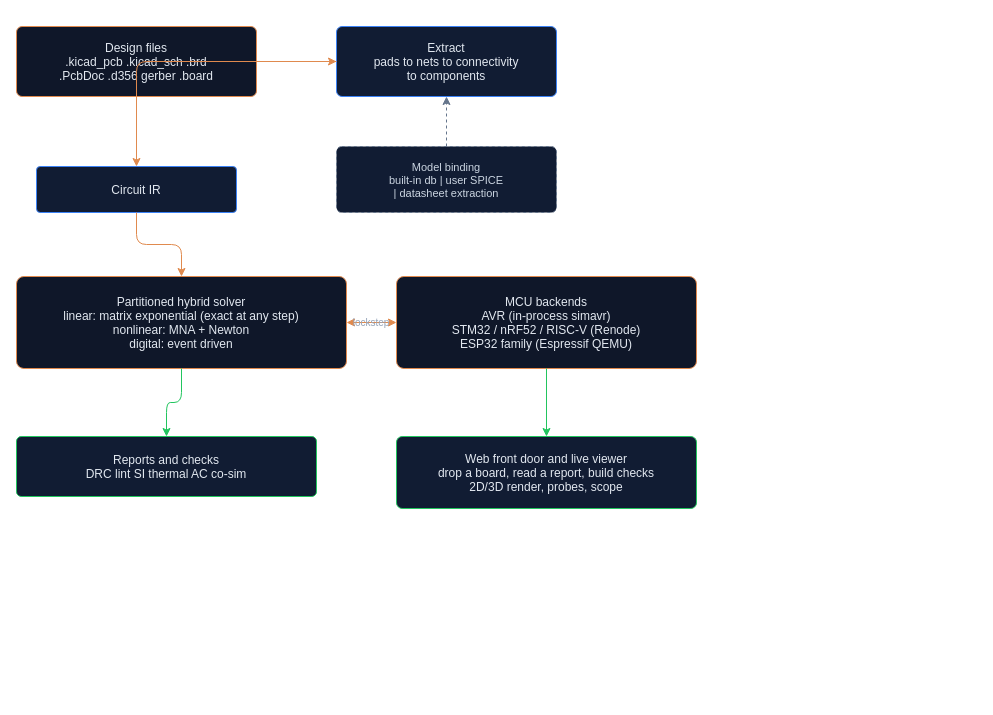
hauksbee-dev/hauksbee keeps this draw.io diagram as docs/assets/diagrams/architecture.drawio. Above is the earlier version. Source tidied: cells renumbered, new cells numbered last; positions are measured from the earlier drawing's top-left corner, leaving out a move shared by most shapes. Both pictures are drawn from the tidied source at 100%, with x=0, y=0 at pixel (16, 26).
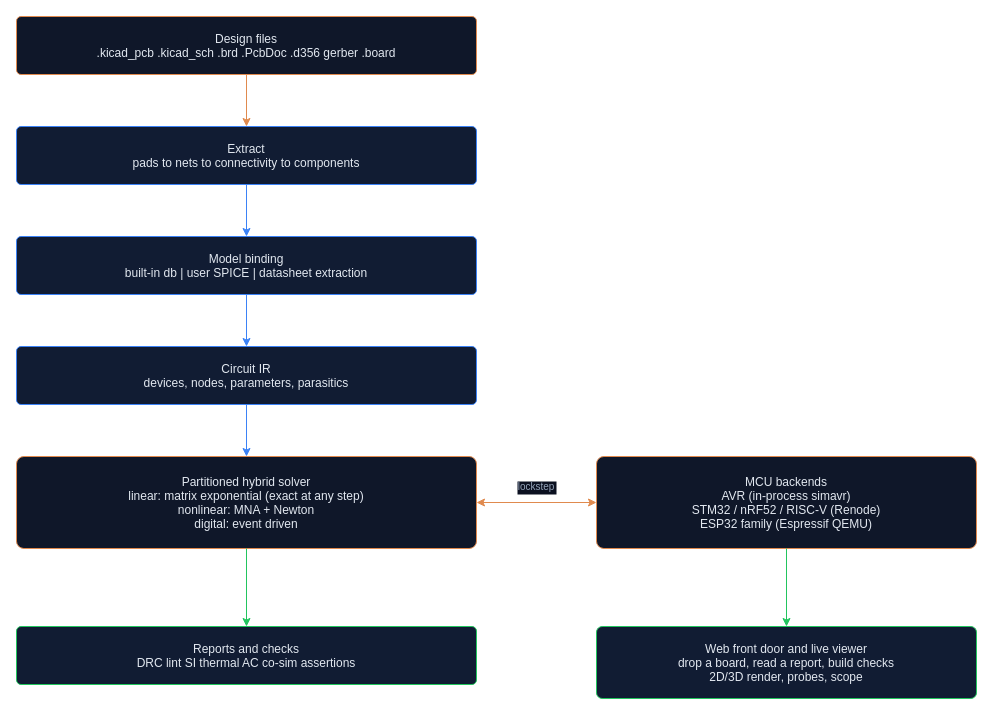
The same page after the edit.

Commit message (it also covers changes not shown here):
diagrams: rebuild the README architecture diagram

What changed in the source:
```diff
@@
 <mxGraphModel>
   <root>
     <mxCell id="0" />
     <mxCell id="1" parent="0" />
-    <mxCell id="2" value="Design files&#10;.kicad_pcb  .kicad_sch  .brd&#10;.PcbDoc  .d356  gerber  .board" style="rounded=1;arcSize=8;fillColor=#0f1729;strokeColor=#e08a4e;fontColor=#e2e8f0;fontSize=12;align=center;verticalAlign=middle;" parent="1" vertex="1">
-      <mxGeometry width="240" height="70" as="geometry" />
+    <mxCell id="2" value="Design files&#10;.kicad_pcb  .kicad_sch  .brd  .PcbDoc  .d356  gerber  .board" style="rounded=1;arcSize=8;fillColor=#0f1729;strokeColor=#e08a4e;fontColor=#e2e8f0;fontSize=12;" parent="1" vertex="1">
+      <mxGeometry y="-10" width="460" height="58" as="geometry" />
     </mxCell>
-    <mxCell id="3" value="Extract&#10;pads to nets to connectivity&#10;to components" style="rounded=1;arcSize=8;fillColor=#111c33;strokeColor=#3b82f6;fontColor=#e2e8f0;fontSize=12;" parent="1" vertex="1">
-      <mxGeometry x="320" width="220" height="70" as="geometry" />
+    <mxCell id="3" value="Extract&#10;pads to nets to connectivity to components" style="rounded=1;arcSize=8;fillColor=#111c33;strokeColor=#3b82f6;fontColor=#e2e8f0;fontSize=12;" parent="1" vertex="1">
+      <mxGeometry y="100" width="460" height="58" as="geometry" />
     </mxCell>
-    <mxCell id="4" value="Model binding&#10;built-in db  |  user SPICE&#10;|  datasheet extraction" style="rounded=1;arcSize=8;fillColor=#111c33;strokeColor=#64748b;fontColor=#cbd5e1;fontSize=11;dashed=1;" parent="1" vertex="1">
-      <mxGeometry x="320" y="120" width="220" height="66" as="geometry" />
+    <mxCell id="4" value="Model binding&#10;built-in db | user SPICE | datasheet extraction" style="rounded=1;arcSize=8;fillColor=#111c33;strokeColor=#3b82f6;fontColor=#e2e8f0;fontSize=12;" parent="1" vertex="1">
+      <mxGeometry y="210" width="460" height="58" as="geometry" />
     </mxCell>
-    <mxCell id="5" value="Circuit IR" style="rounded=1;arcSize=8;fillColor=#111c33;strokeColor=#3b82f6;fontColor=#e2e8f0;fontSize=12;" parent="1" vertex="1">
-      <mxGeometry x="20" y="140" width="200" height="46" as="geometry" />
+    <mxCell id="5" value="Circuit IR&#10;devices, nodes, parameters, parasitics" style="rounded=1;arcSize=8;fillColor=#111c33;strokeColor=#3b82f6;fontColor=#e2e8f0;fontSize=12;" parent="1" vertex="1">
+      <mxGeometry y="320" width="460" height="58" as="geometry" />
     </mxCell>
     <mxCell id="6" value="Partitioned hybrid solver&#10;linear: matrix exponential (exact at any step)&#10;nonlinear: MNA + Newton&#10;digital: event driven" style="rounded=1;arcSize=8;fillColor=#0f1729;strokeColor=#e08a4e;fontColor=#e2e8f0;fontSize=12;" parent="1" vertex="1">
-      <mxGeometry y="250" width="330" height="92" as="geometry" />
+      <mxGeometry y="430" width="460" height="92" as="geometry" />
     </mxCell>
     <mxCell id="7" value="MCU backends&#10;AVR (in-process simavr)&#10;STM32 / nRF52 / RISC-V (Renode)&#10;ESP32 family (Espressif QEMU)" style="rounded=1;arcSize=8;fillColor=#0f1729;strokeColor=#e08a4e;fontColor=#e2e8f0;fontSize=12;" parent="1" vertex="1">
-      <mxGeometry x="380" y="250" width="300" height="92" as="geometry" />
+      <mxGeometry x="580" y="430" width="380" height="92" as="geometry" />
     </mxCell>
-    <mxCell id="8" value="Reports and checks&#10;DRC  lint  SI  thermal  AC  co-sim" style="rounded=1;arcSize=8;fillColor=#111c33;strokeColor=#22c55e;fontColor=#e2e8f0;fontSize=12;" parent="1" vertex="1">
-      <mxGeometry y="410" width="300" height="60" as="geometry" />
-    </mxCell>
+    <mxCell id="17" value="Reports and checks&#10;DRC  lint  SI  thermal  AC  co-sim assertions" style="rounded=1;arcSize=8;fillColor=#111c33;strokeColor=#22c55e;fontColor=#e2e8f0;fontSize=12;" parent="1" vertex="1">
+      <mxGeometry y="600" width="460" height="58" as="geometry" />
+    </mxCell>
     <mxCell id="9" value="Web front door and live viewer&#10;drop a board, read a report, build checks&#10;2D/3D render, probes, scope" style="rounded=1;arcSize=8;fillColor=#111c33;strokeColor=#22c55e;fontColor=#e2e8f0;fontSize=12;" parent="1" vertex="1">
-      <mxGeometry x="380" y="410" width="300" height="72" as="geometry" />
+      <mxGeometry x="580" y="600" width="380" height="72" as="geometry" />
     </mxCell>
-    <mxCell id="10" style="edgeStyle=orthogonalEdgeStyle;rounded=1;strokeColor=#e08a4e;fontColor=#94a3b8;" parent="1" edge="1" source="2" target="3">
+    <mxCell id="10" style="edgeStyle=orthogonalEdgeStyle;rounded=1;strokeColor=#e08a4e;exitX=0.5;exitY=1;entryX=0.5;entryY=0;" parent="1" edge="1" source="2" target="3">
       <mxGeometry relative="1" as="geometry" />
     </mxCell>
-    <mxCell id="11" style="edgeStyle=orthogonalEdgeStyle;rounded=1;strokeColor=#64748b;dashed=1;" parent="1" edge="1" source="4" target="3">
+    <mxCell id="11" style="edgeStyle=orthogonalEdgeStyle;rounded=1;strokeColor=#3b82f6;exitX=0.5;exitY=1;entryX=0.5;entryY=0;" parent="1" edge="1" source="3" target="4">
       <mxGeometry relative="1" as="geometry" />
     </mxCell>
-    <mxCell id="12" style="edgeStyle=orthogonalEdgeStyle;rounded=1;strokeColor=#e08a4e;" parent="1" edge="1" source="3" target="5">
+    <mxCell id="12" style="edgeStyle=orthogonalEdgeStyle;rounded=1;strokeColor=#3b82f6;exitX=0.5;exitY=1;entryX=0.5;entryY=0;" parent="1" edge="1" source="4" target="5">
       <mxGeometry relative="1" as="geometry" />
     </mxCell>
-    <mxCell id="13" style="edgeStyle=orthogonalEdgeStyle;rounded=1;strokeColor=#e08a4e;" parent="1" edge="1" source="5" target="6">
+    <mxCell id="13" style="edgeStyle=orthogonalEdgeStyle;rounded=1;strokeColor=#3b82f6;exitX=0.5;exitY=1;entryX=0.5;entryY=0;" parent="1" edge="1" source="5" target="6">
       <mxGeometry relative="1" as="geometry" />
     </mxCell>
-    <mxCell id="14" value="lockstep" style="edgeStyle=orthogonalEdgeStyle;rounded=1;startArrow=classic;startFill=1;strokeColor=#e08a4e;fontColor=#94a3b8;fontSize=10;labelBackgroundColor=none;" parent="1" edge="1" source="6" target="7">
-      <mxGeometry relative="1" as="geometry" />
+    <mxCell id="14" value="lockstep" style="edgeStyle=orthogonalEdgeStyle;rounded=1;strokeColor=#e08a4e;startArrow=classic;startFill=1;exitX=1;exitY=0.5;entryX=0;entryY=0.5;fontColor=#94a3b8;fontSize=10;labelBackgroundColor=#0b1020;" parent="1" edge="1" source="6" target="7">
+      <mxGeometry relative="1" as="geometry">
+        <mxPoint y="-16" as="offset" />
+      </mxGeometry>
     </mxCell>
-    <mxCell id="15" style="edgeStyle=orthogonalEdgeStyle;rounded=1;strokeColor=#22c55e;" parent="1" edge="1" source="6" target="8">
+    <mxCell id="15" style="edgeStyle=orthogonalEdgeStyle;rounded=1;strokeColor=#22c55e;exitX=0.5;exitY=1;entryX=0.5;entryY=0;" parent="1" edge="1" source="6" target="17">
       <mxGeometry relative="1" as="geometry" />
     </mxCell>
-    <mxCell id="16" style="edgeStyle=orthogonalEdgeStyle;rounded=1;strokeColor=#22c55e;" parent="1" edge="1" source="7" target="9">
+    <mxCell id="16" style="edgeStyle=orthogonalEdgeStyle;rounded=1;strokeColor=#22c55e;exitX=0.5;exitY=1;entryX=0.5;entryY=0;" parent="1" edge="1" source="7" target="9">
       <mxGeometry relative="1" as="geometry" />
     </mxCell>
   </root>
 </mxGraphModel>
```
